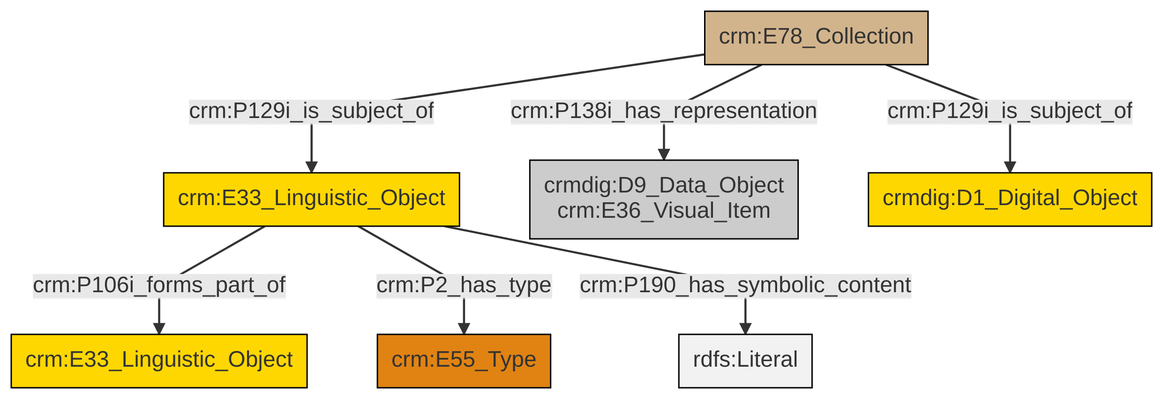
swiss-art-research-net/docs.swissartresearch keeps this Mermaid diagram as et/archivalCSV/ttl/mmd/png/archival_docs.png. Above is the earlier version. Its source is kept beside it as et/archivalCSV/ttl/mmd/archival_docs.ttl.mmd.
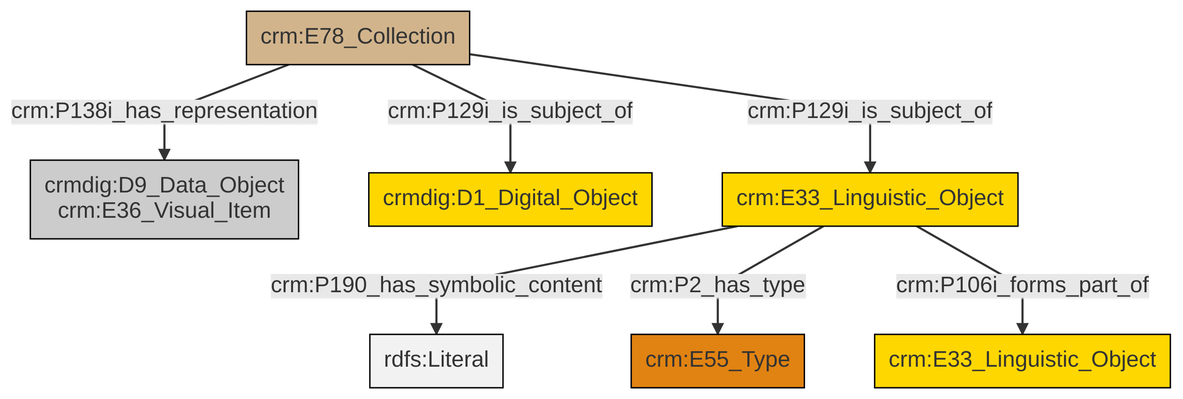
Above is the later version.

The edit, as a diff of the source:
```diff
@@ -13,9 +13,9 @@
 classDef PC_Classes fill:#4ce600, stroke:#000000;
 classDef Multi fill:#cccccc,stroke:#000000;
 
-0["crm:E33_Linguistic_Object"]:::Conceptual_Object -->|crm:P106i_forms_part_of| 1["crm:E33_Linguistic_Object"]:::Conceptual_Object
-6["crm:E78_Collection"]:::Physical_Thing -->|crm:P129i_is_subject_of| 4["crmdig:D1_Digital_Object"]:::Conceptual_Object
-0["crm:E33_Linguistic_Object"]:::Conceptual_Object -->|crm:P2_has_type| 7["crm:E55_Type"]:::Type
-0["crm:E33_Linguistic_Object"]:::Conceptual_Object -->|crm:P190_has_symbolic_content| 13[rdfs:Literal]:::Literal
-6["crm:E78_Collection"]:::Physical_Thing -->|crm:P138i_has_representation| 2["crmdig:D9_Data_Object<br>crm:E36_Visual_Item"]:::Multi
-6["crm:E78_Collection"]:::Physical_Thing -->|crm:P129i_is_subject_of| 0["crm:E33_Linguistic_Object"]:::Conceptual_Object
+2["crm:E78_Collection"]:::Physical_Thing -->|crm:P129i_is_subject_of| 3["crmdig:D1_Digital_Object"]:::Conceptual_Object
+4["crm:E33_Linguistic_Object"]:::Conceptual_Object -->|crm:P190_has_symbolic_content| 6[rdfs:Literal]:::Literal
+4["crm:E33_Linguistic_Object"]:::Conceptual_Object -->|crm:P2_has_type| 7["crm:E55_Type"]:::Type
+4["crm:E33_Linguistic_Object"]:::Conceptual_Object -->|crm:P106i_forms_part_of| 11["crm:E33_Linguistic_Object"]:::Conceptual_Object
+2["crm:E78_Collection"]:::Physical_Thing -->|crm:P129i_is_subject_of| 4["crm:E33_Linguistic_Object"]:::Conceptual_Object
+2["crm:E78_Collection"]:::Physical_Thing -->|crm:P138i_has_representation| 0["crmdig:D9_Data_Object<br>crm:E36_Visual_Item"]:::Multi
```
